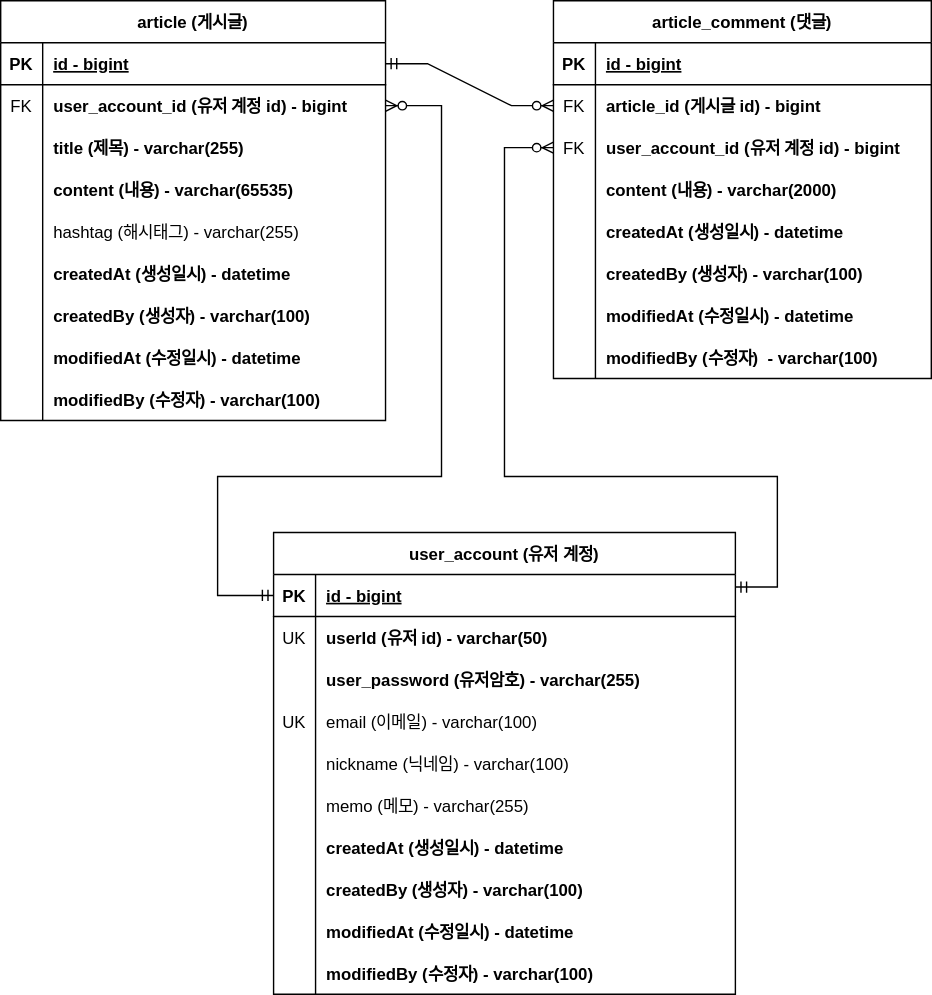
Above: document/project-board-erd.svg in Kwoojin/fc-board (draw.io), before the change. Source tidied: cells renumbered, new cells last; positions are measured from the earlier drawing's top-left corner, leaving out a move shared by most shapes.
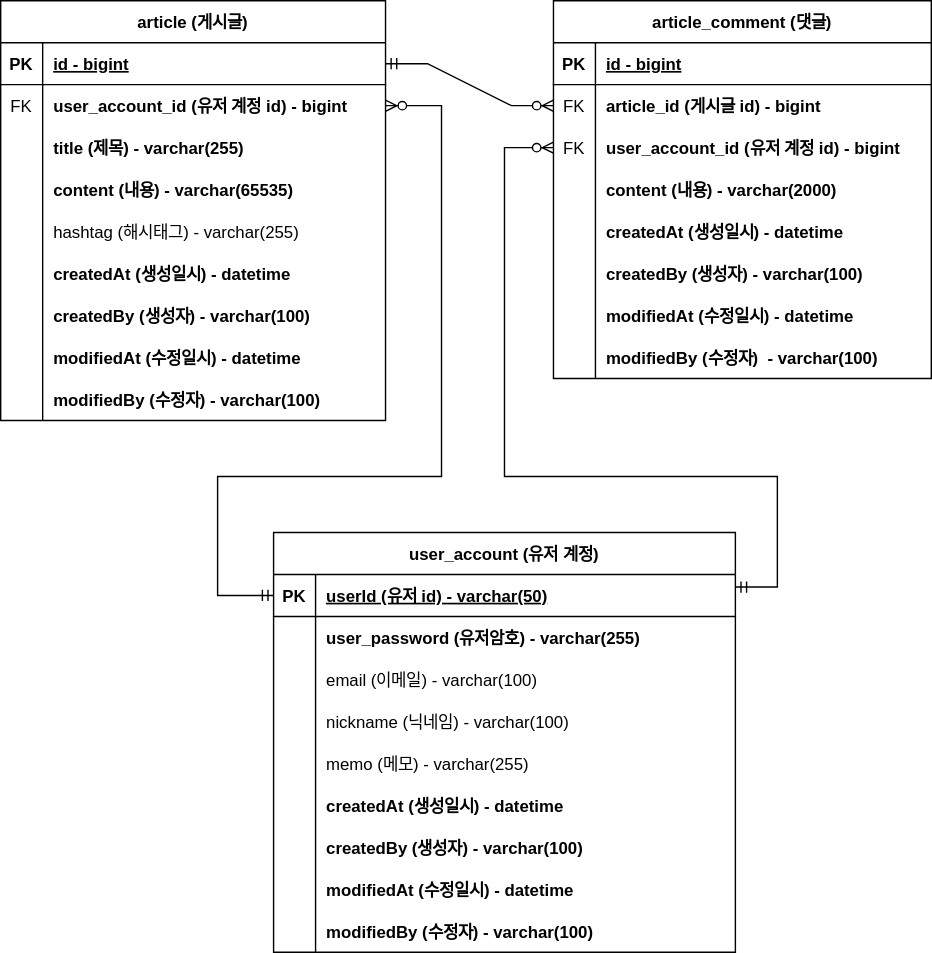
After the commit.

Commit message:
#34 - ERD 문서 수정: 회원 계정 user_id 를 PK 로 변경

What changed in the source:
```diff
@@ -162,7 +162,7 @@
       <mxGeometry x="30" width="240" height="30" as="geometry" />
     </mxCell>
     <mxCell id="55" value="user_account (유저 계정)" style="shape=table;startSize=30;rowLines=0;fontStyle=1;align=center;" parent="1" vertex="1">
-      <mxGeometry x="195" y="380" width="330" height="330" as="geometry" />
+      <mxGeometry x="195" y="380" width="330" height="300" as="geometry" />
     </mxCell>
     <mxCell id="56" style="shape=tableRow;horizontal=0;startSize=0;swimlaneHead=0;swimlaneBody=0;fillColor=none;points=[[0,0.5],[1,0.5]];portConstraint=eastwest;top=0;left=0;right=0;bottom=1;" parent="55" vertex="1">
       <mxGeometry y="30" width="330" height="30" as="geometry" />
@@ -170,20 +170,11 @@
     <mxCell id="57" value="PK" style="shape=partialRectangle;fillColor=none;top=0;left=0;bottom=0;right=0;fontStyle=1;overflow=hidden;" parent="56" vertex="1">
       <mxGeometry width="30" height="30" as="geometry" />
     </mxCell>
-    <mxCell id="58" value="id - bigint" style="shape=partialRectangle;fillColor=none;top=0;left=0;bottom=0;right=0;align=left;spacingLeft=6;fontStyle=5;overflow=hidden;" parent="56" vertex="1">
+    <mxCell id="58" value="userId (유저 id) - varchar(50)" style="shape=partialRectangle;fillColor=none;top=0;left=0;bottom=0;right=0;align=left;spacingLeft=6;fontStyle=5;overflow=hidden;" parent="56" vertex="1">
       <mxGeometry x="30" width="300" height="30" as="geometry" />
     </mxCell>
-    <mxCell id="59" style="shape=tableRow;horizontal=0;startSize=0;swimlaneHead=0;swimlaneBody=0;fillColor=none;top=0;left=0;right=0;bottom=0;" parent="55" vertex="1">
-      <mxGeometry y="60" width="330" height="30" as="geometry" />
-    </mxCell>
-    <mxCell id="60" value="UK" style="shape=partialRectangle;fillColor=none;top=0;left=0;bottom=0;right=0;overflow=hidden;" parent="59" vertex="1">
-      <mxGeometry width="30" height="30" as="geometry" />
-    </mxCell>
-    <mxCell id="61" value="userId (유저 id) - varchar(50)" style="shape=partialRectangle;fillColor=none;top=0;left=0;bottom=0;right=0;align=left;spacingLeft=6;overflow=hidden;fontStyle=1;" parent="59" vertex="1">
-      <mxGeometry x="30" width="300" height="30" as="geometry" />
-    </mxCell>
     <mxCell id="62" style="shape=tableRow;horizontal=0;startSize=0;swimlaneHead=0;swimlaneBody=0;fillColor=none;top=0;left=0;right=0;bottom=0;" parent="55" vertex="1">
-      <mxGeometry y="90" width="330" height="30" as="geometry" />
+      <mxGeometry y="60" width="330" height="30" as="geometry" />
     </mxCell>
     <mxCell id="63" style="shape=partialRectangle;fillColor=none;top=0;left=0;bottom=0;right=0;overflow=hidden;" parent="62" vertex="1">
       <mxGeometry width="30" height="30" as="geometry" />
@@ -192,16 +183,16 @@
       <mxGeometry x="30" width="300" height="30" as="geometry" />
     </mxCell>
     <mxCell id="65" style="shape=tableRow;horizontal=0;startSize=0;swimlaneHead=0;swimlaneBody=0;fillColor=none;top=0;left=0;right=0;bottom=0;" parent="55" vertex="1">
-      <mxGeometry y="120" width="330" height="30" as="geometry" />
+      <mxGeometry y="90" width="330" height="30" as="geometry" />
     </mxCell>
-    <mxCell id="66" value="UK" style="shape=partialRectangle;fillColor=none;top=0;left=0;bottom=0;right=0;overflow=hidden;" parent="65" vertex="1">
+    <mxCell id="66" style="shape=partialRectangle;fillColor=none;top=0;left=0;bottom=0;right=0;overflow=hidden;" parent="65" vertex="1">
       <mxGeometry width="30" height="30" as="geometry" />
     </mxCell>
     <mxCell id="67" value="email (이메일) - varchar(100)" style="shape=partialRectangle;fillColor=none;top=0;left=0;bottom=0;right=0;align=left;spacingLeft=6;overflow=hidden;" parent="65" vertex="1">
       <mxGeometry x="30" width="300" height="30" as="geometry" />
     </mxCell>
     <mxCell id="68" style="shape=tableRow;horizontal=0;startSize=0;swimlaneHead=0;swimlaneBody=0;fillColor=none;top=0;left=0;right=0;bottom=0;" parent="55" vertex="1">
-      <mxGeometry y="150" width="330" height="30" as="geometry" />
+      <mxGeometry y="120" width="330" height="30" as="geometry" />
     </mxCell>
     <mxCell id="69" style="shape=partialRectangle;fillColor=none;top=0;left=0;bottom=0;right=0;overflow=hidden;" parent="68" vertex="1">
       <mxGeometry width="30" height="30" as="geometry" />
@@ -210,7 +201,7 @@
       <mxGeometry x="30" width="300" height="30" as="geometry" />
     </mxCell>
     <mxCell id="71" style="shape=tableRow;horizontal=0;startSize=0;swimlaneHead=0;swimlaneBody=0;fillColor=none;top=0;left=0;right=0;bottom=0;" parent="55" vertex="1">
-      <mxGeometry y="180" width="330" height="30" as="geometry" />
+      <mxGeometry y="150" width="330" height="30" as="geometry" />
     </mxCell>
     <mxCell id="72" style="shape=partialRectangle;fillColor=none;top=0;left=0;bottom=0;right=0;overflow=hidden;" parent="71" vertex="1">
       <mxGeometry width="30" height="30" as="geometry" />
@@ -219,7 +210,7 @@
       <mxGeometry x="30" width="300" height="30" as="geometry" />
     </mxCell>
     <mxCell id="74" style="shape=tableRow;horizontal=0;startSize=0;swimlaneHead=0;swimlaneBody=0;fillColor=none;top=0;left=0;right=0;bottom=0;" parent="55" vertex="1">
-      <mxGeometry y="210" width="330" height="30" as="geometry" />
+      <mxGeometry y="180" width="330" height="30" as="geometry" />
     </mxCell>
     <mxCell id="75" style="shape=partialRectangle;fillColor=none;top=0;left=0;bottom=0;right=0;overflow=hidden;" parent="74" vertex="1">
       <mxGeometry width="30" height="30" as="geometry" />
@@ -228,7 +219,7 @@
       <mxGeometry x="30" width="300" height="30" as="geometry" />
     </mxCell>
     <mxCell id="77" style="shape=tableRow;horizontal=0;startSize=0;swimlaneHead=0;swimlaneBody=0;fillColor=none;top=0;left=0;right=0;bottom=0;" parent="55" vertex="1">
-      <mxGeometry y="240" width="330" height="30" as="geometry" />
+      <mxGeometry y="210" width="330" height="30" as="geometry" />
     </mxCell>
     <mxCell id="78" style="shape=partialRectangle;fillColor=none;top=0;left=0;bottom=0;right=0;overflow=hidden;" parent="77" vertex="1">
       <mxGeometry width="30" height="30" as="geometry" />
@@ -237,7 +228,7 @@
       <mxGeometry x="30" width="300" height="30" as="geometry" />
     </mxCell>
     <mxCell id="80" style="shape=tableRow;horizontal=0;startSize=0;swimlaneHead=0;swimlaneBody=0;fillColor=none;top=0;left=0;right=0;bottom=0;" parent="55" vertex="1">
-      <mxGeometry y="270" width="330" height="30" as="geometry" />
+      <mxGeometry y="240" width="330" height="30" as="geometry" />
     </mxCell>
     <mxCell id="81" style="shape=partialRectangle;fillColor=none;top=0;left=0;bottom=0;right=0;overflow=hidden;" parent="80" vertex="1">
       <mxGeometry width="30" height="30" as="geometry" />
@@ -246,7 +237,7 @@
       <mxGeometry x="30" width="300" height="30" as="geometry" />
     </mxCell>
     <mxCell id="83" style="shape=tableRow;horizontal=0;startSize=0;swimlaneHead=0;swimlaneBody=0;fillColor=none;top=0;left=0;right=0;bottom=0;" parent="55" vertex="1">
-      <mxGeometry y="300" width="330" height="30" as="geometry" />
+      <mxGeometry y="270" width="330" height="30" as="geometry" />
     </mxCell>
     <mxCell id="84" style="shape=partialRectangle;fillColor=none;top=0;left=0;bottom=0;right=0;overflow=hidden;" parent="83" vertex="1">
       <mxGeometry width="30" height="30" as="geometry" />
```
